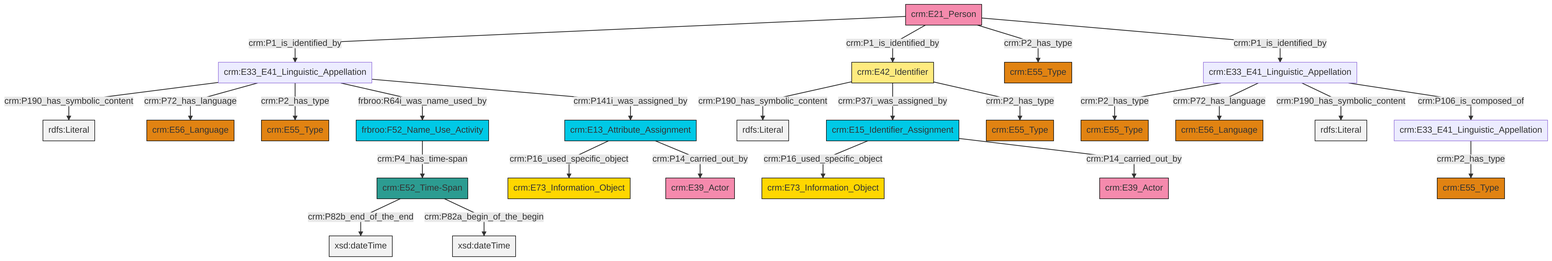
This is et/personCSV/ttl/mmd/png/Person_Names_and_Classification.png from swiss-art-research-net/docs.swissartresearch, a Mermaid export, as it was before one commit. Its source is kept beside it as et/personCSV/ttl/mmd/Person_Names_and_Classification.ttl.mmd. Its diagram source:
```mermaid
graph TD
classDef Literal fill:#f2f2f2,stroke:#000000;
classDef CRM_Entity fill:#FFFFFF,stroke:#000000;
classDef Temporal_Entity fill:#00C9E6, stroke:#000000;
classDef Type fill:#E18312, stroke:#000000;
classDef Time-Span fill:#2C9C91, stroke:#000000;
classDef Appellation fill:#FFEB7F, stroke:#000000;
classDef Place fill:#008836, stroke:#000000;
classDef Persistent_Item fill:#B266B2, stroke:#000000;
classDef Conceptual_Object fill:#FFD700, stroke:#000000;
classDef Physical_Thing fill:#D2B48C, stroke:#000000;
classDef Actor fill:#f58aad, stroke:#000000;
classDef PC_Classes fill:#4ce600, stroke:#000000;
classDef Multi fill:#cccccc,stroke:#000000;

10["crm:E21_Person"]:::Actor -->|crm:P1_is_identified_by| 11["crm:E33_E41_Linguistic_Appellation"]:::Default
14["crm:E33_E41_Linguistic_Appellation"]:::Default -->|crm:P2_has_type| 15["crm:E55_Type"]:::Type
0["crm:E42_Identifier"]:::Appellation -->|crm:P190_has_symbolic_content| 16[rdfs:Literal]:::Literal
11["crm:E33_E41_Linguistic_Appellation"]:::Default -->|crm:P190_has_symbolic_content| 17[rdfs:Literal]:::Literal
10["crm:E21_Person"]:::Actor -->|crm:P1_is_identified_by| 0["crm:E42_Identifier"]:::Appellation
11["crm:E33_E41_Linguistic_Appellation"]:::Default -->|crm:P72_has_language| 21["crm:E56_Language"]:::Type
14["crm:E33_E41_Linguistic_Appellation"]:::Default -->|crm:P72_has_language| 2["crm:E56_Language"]:::Type
24["crm:E52_Time-Span"]:::Time-Span -->|crm:P82b_end_of_the_end| 25[xsd:dateTime]:::Literal
0["crm:E42_Identifier"]:::Appellation -->|crm:P37i_was_assigned_by| 26["crm:E15_Identifier_Assignment"]:::Temporal_Entity
29["frbroo:F52_Name_Use_Activity"]:::Temporal_Entity -->|crm:P4_has_time-span| 24["crm:E52_Time-Span"]:::Time-Span
10["crm:E21_Person"]:::Actor -->|crm:P2_has_type| 27["crm:E55_Type"]:::Type
14["crm:E33_E41_Linguistic_Appellation"]:::Default -->|crm:P190_has_symbolic_content| 32[rdfs:Literal]:::Literal
33["crm:E33_E41_Linguistic_Appellation"]:::Default -->|crm:P2_has_type| 22["crm:E55_Type"]:::Type
30["crm:E13_Attribute_Assignment"]:::Temporal_Entity -->|crm:P16_used_specific_object| 6["crm:E73_Information_Object"]:::Conceptual_Object
26["crm:E15_Identifier_Assignment"]:::Temporal_Entity -->|crm:P16_used_specific_object| 8["crm:E73_Information_Object"]:::Conceptual_Object
0["crm:E42_Identifier"]:::Appellation -->|crm:P2_has_type| 4["crm:E55_Type"]:::Type
11["crm:E33_E41_Linguistic_Appellation"]:::Default -->|crm:P2_has_type| 36["crm:E55_Type"]:::Type
26["crm:E15_Identifier_Assignment"]:::Temporal_Entity -->|crm:P14_carried_out_by| 12["crm:E39_Actor"]:::Actor
30["crm:E13_Attribute_Assignment"]:::Temporal_Entity -->|crm:P14_carried_out_by| 18["crm:E39_Actor"]:::Actor
10["crm:E21_Person"]:::Actor -->|crm:P1_is_identified_by| 14["crm:E33_E41_Linguistic_Appellation"]:::Default
24["crm:E52_Time-Span"]:::Time-Span -->|crm:P82a_begin_of_the_begin| 44[xsd:dateTime]:::Literal
11["crm:E33_E41_Linguistic_Appellation"]:::Default -->|frbroo:R64i_was_name_used_by| 29["frbroo:F52_Name_Use_Activity"]:::Temporal_Entity
14["crm:E33_E41_Linguistic_Appellation"]:::Default -->|crm:P106_is_composed_of| 33["crm:E33_E41_Linguistic_Appellation"]:::Default
11["crm:E33_E41_Linguistic_Appellation"]:::Default -->|crm:P141i_was_assigned_by| 30["crm:E13_Attribute_Assignment"]:::Temporal_Entity
```
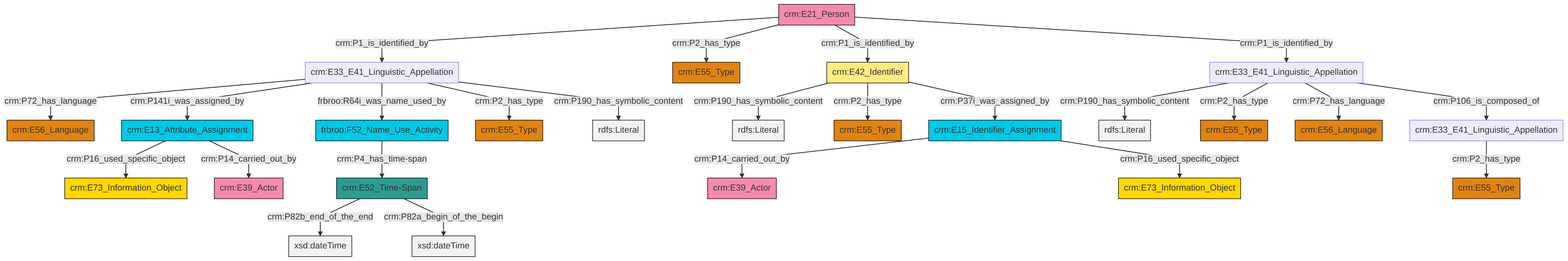
After the commit.

Diff of the diagram source:
```diff
@@ -13,27 +13,27 @@
 classDef PC_Classes fill:#4ce600, stroke:#000000;
 classDef Multi fill:#cccccc,stroke:#000000;
 
-10["crm:E21_Person"]:::Actor -->|crm:P1_is_identified_by| 11["crm:E33_E41_Linguistic_Appellation"]:::Default
-14["crm:E33_E41_Linguistic_Appellation"]:::Default -->|crm:P2_has_type| 15["crm:E55_Type"]:::Type
-0["crm:E42_Identifier"]:::Appellation -->|crm:P190_has_symbolic_content| 16[rdfs:Literal]:::Literal
-11["crm:E33_E41_Linguistic_Appellation"]:::Default -->|crm:P190_has_symbolic_content| 17[rdfs:Literal]:::Literal
-10["crm:E21_Person"]:::Actor -->|crm:P1_is_identified_by| 0["crm:E42_Identifier"]:::Appellation
-11["crm:E33_E41_Linguistic_Appellation"]:::Default -->|crm:P72_has_language| 21["crm:E56_Language"]:::Type
-14["crm:E33_E41_Linguistic_Appellation"]:::Default -->|crm:P72_has_language| 2["crm:E56_Language"]:::Type
-24["crm:E52_Time-Span"]:::Time-Span -->|crm:P82b_end_of_the_end| 25[xsd:dateTime]:::Literal
-0["crm:E42_Identifier"]:::Appellation -->|crm:P37i_was_assigned_by| 26["crm:E15_Identifier_Assignment"]:::Temporal_Entity
-29["frbroo:F52_Name_Use_Activity"]:::Temporal_Entity -->|crm:P4_has_time-span| 24["crm:E52_Time-Span"]:::Time-Span
-10["crm:E21_Person"]:::Actor -->|crm:P2_has_type| 27["crm:E55_Type"]:::Type
-14["crm:E33_E41_Linguistic_Appellation"]:::Default -->|crm:P190_has_symbolic_content| 32[rdfs:Literal]:::Literal
-33["crm:E33_E41_Linguistic_Appellation"]:::Default -->|crm:P2_has_type| 22["crm:E55_Type"]:::Type
-30["crm:E13_Attribute_Assignment"]:::Temporal_Entity -->|crm:P16_used_specific_object| 6["crm:E73_Information_Object"]:::Conceptual_Object
-26["crm:E15_Identifier_Assignment"]:::Temporal_Entity -->|crm:P16_used_specific_object| 8["crm:E73_Information_Object"]:::Conceptual_Object
-0["crm:E42_Identifier"]:::Appellation -->|crm:P2_has_type| 4["crm:E55_Type"]:::Type
-11["crm:E33_E41_Linguistic_Appellation"]:::Default -->|crm:P2_has_type| 36["crm:E55_Type"]:::Type
-26["crm:E15_Identifier_Assignment"]:::Temporal_Entity -->|crm:P14_carried_out_by| 12["crm:E39_Actor"]:::Actor
-30["crm:E13_Attribute_Assignment"]:::Temporal_Entity -->|crm:P14_carried_out_by| 18["crm:E39_Actor"]:::Actor
-10["crm:E21_Person"]:::Actor -->|crm:P1_is_identified_by| 14["crm:E33_E41_Linguistic_Appellation"]:::Default
-24["crm:E52_Time-Span"]:::Time-Span -->|crm:P82a_begin_of_the_begin| 44[xsd:dateTime]:::Literal
-11["crm:E33_E41_Linguistic_Appellation"]:::Default -->|frbroo:R64i_was_name_used_by| 29["frbroo:F52_Name_Use_Activity"]:::Temporal_Entity
-14["crm:E33_E41_Linguistic_Appellation"]:::Default -->|crm:P106_is_composed_of| 33["crm:E33_E41_Linguistic_Appellation"]:::Default
-11["crm:E33_E41_Linguistic_Appellation"]:::Default -->|crm:P141i_was_assigned_by| 30["crm:E13_Attribute_Assignment"]:::Temporal_Entity
+2["crm:E42_Identifier"]:::Appellation -->|crm:P190_has_symbolic_content| 3[rdfs:Literal]:::Literal
+4["crm:E33_E41_Linguistic_Appellation"]:::Default -->|crm:P72_has_language| 5["crm:E56_Language"]:::Type
+8["crm:E13_Attribute_Assignment"]:::Temporal_Entity -->|crm:P16_used_specific_object| 9["crm:E73_Information_Object"]:::Conceptual_Object
+18["crm:E21_Person"]:::Actor -->|crm:P1_is_identified_by| 4["crm:E33_E41_Linguistic_Appellation"]:::Default
+11["crm:E15_Identifier_Assignment"]:::Temporal_Entity -->|crm:P14_carried_out_by| 21["crm:E39_Actor"]:::Actor
+18["crm:E21_Person"]:::Actor -->|crm:P2_has_type| 0["crm:E55_Type"]:::Type
+2["crm:E42_Identifier"]:::Appellation -->|crm:P2_has_type| 6["crm:E55_Type"]:::Type
+4["crm:E33_E41_Linguistic_Appellation"]:::Default -->|crm:P141i_was_assigned_by| 8["crm:E13_Attribute_Assignment"]:::Temporal_Entity
+8["crm:E13_Attribute_Assignment"]:::Temporal_Entity -->|crm:P14_carried_out_by| 30["crm:E39_Actor"]:::Actor
+27["crm:E33_E41_Linguistic_Appellation"]:::Default -->|crm:P190_has_symbolic_content| 32[rdfs:Literal]:::Literal
+33["frbroo:F52_Name_Use_Activity"]:::Temporal_Entity -->|crm:P4_has_time-span| 34["crm:E52_Time-Span"]:::Time-Span
+34["crm:E52_Time-Span"]:::Time-Span -->|crm:P82b_end_of_the_end| 35[xsd:dateTime]:::Literal
+18["crm:E21_Person"]:::Actor -->|crm:P1_is_identified_by| 2["crm:E42_Identifier"]:::Appellation
+4["crm:E33_E41_Linguistic_Appellation"]:::Default -->|frbroo:R64i_was_name_used_by| 33["frbroo:F52_Name_Use_Activity"]:::Temporal_Entity
+11["crm:E15_Identifier_Assignment"]:::Temporal_Entity -->|crm:P16_used_specific_object| 38["crm:E73_Information_Object"]:::Conceptual_Object
+18["crm:E21_Person"]:::Actor -->|crm:P1_is_identified_by| 27["crm:E33_E41_Linguistic_Appellation"]:::Default
+27["crm:E33_E41_Linguistic_Appellation"]:::Default -->|crm:P2_has_type| 19["crm:E55_Type"]:::Type
+27["crm:E33_E41_Linguistic_Appellation"]:::Default -->|crm:P72_has_language| 16["crm:E56_Language"]:::Type
+4["crm:E33_E41_Linguistic_Appellation"]:::Default -->|crm:P2_has_type| 25["crm:E55_Type"]:::Type
+13["crm:E33_E41_Linguistic_Appellation"]:::Default -->|crm:P2_has_type| 22["crm:E55_Type"]:::Type
+2["crm:E42_Identifier"]:::Appellation -->|crm:P37i_was_assigned_by| 11["crm:E15_Identifier_Assignment"]:::Temporal_Entity
+34["crm:E52_Time-Span"]:::Time-Span -->|crm:P82a_begin_of_the_begin| 42[xsd:dateTime]:::Literal
+27["crm:E33_E41_Linguistic_Appellation"]:::Default -->|crm:P106_is_composed_of| 13["crm:E33_E41_Linguistic_Appellation"]:::Default
+4["crm:E33_E41_Linguistic_Appellation"]:::Default -->|crm:P190_has_symbolic_content| 45[rdfs:Literal]:::Literal
```
